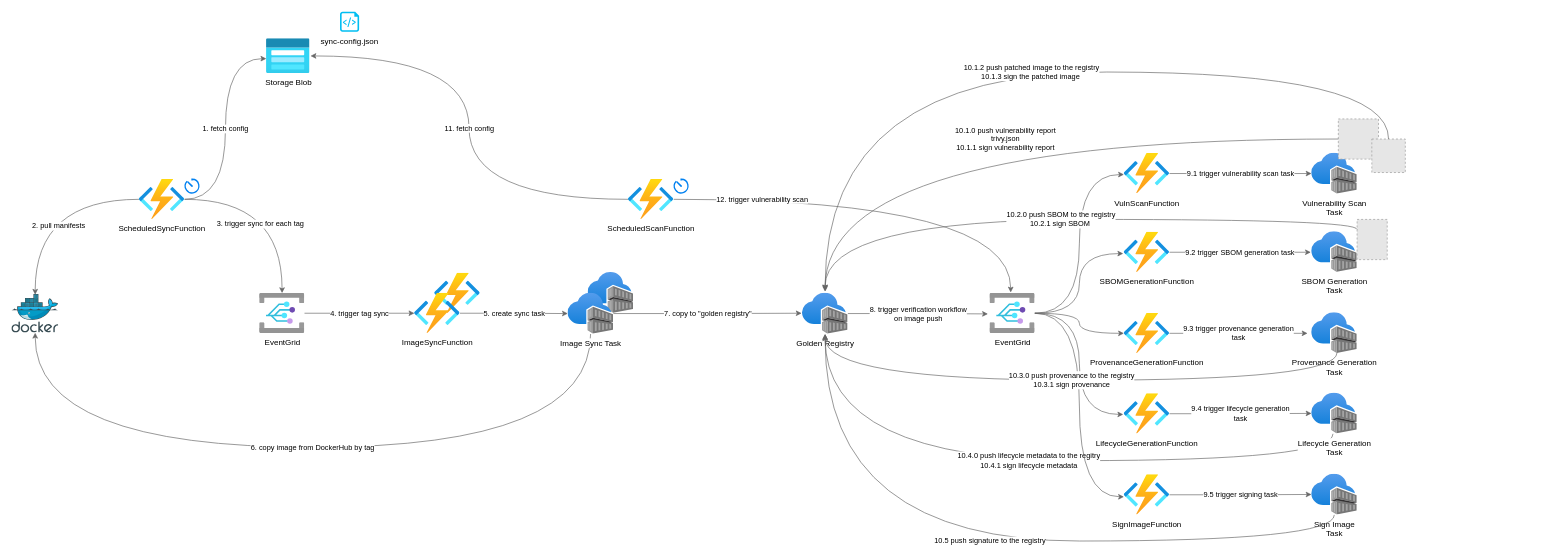
Before: docs/kubecon-demo-arch.drawio in toddysm/cssc-framework, a draw.io diagram. Source tidied: cells renumbered, new cells numbered last; positions are measured from the earlier drawing's top-left corner, leaving out a move shared by most shapes. Both pictures are drawn from the tidied source at 67%, with x=0, y=0 at pixel (11, 11). Pictures stored in the file or linked from it are replaced by grey dashed boxes.
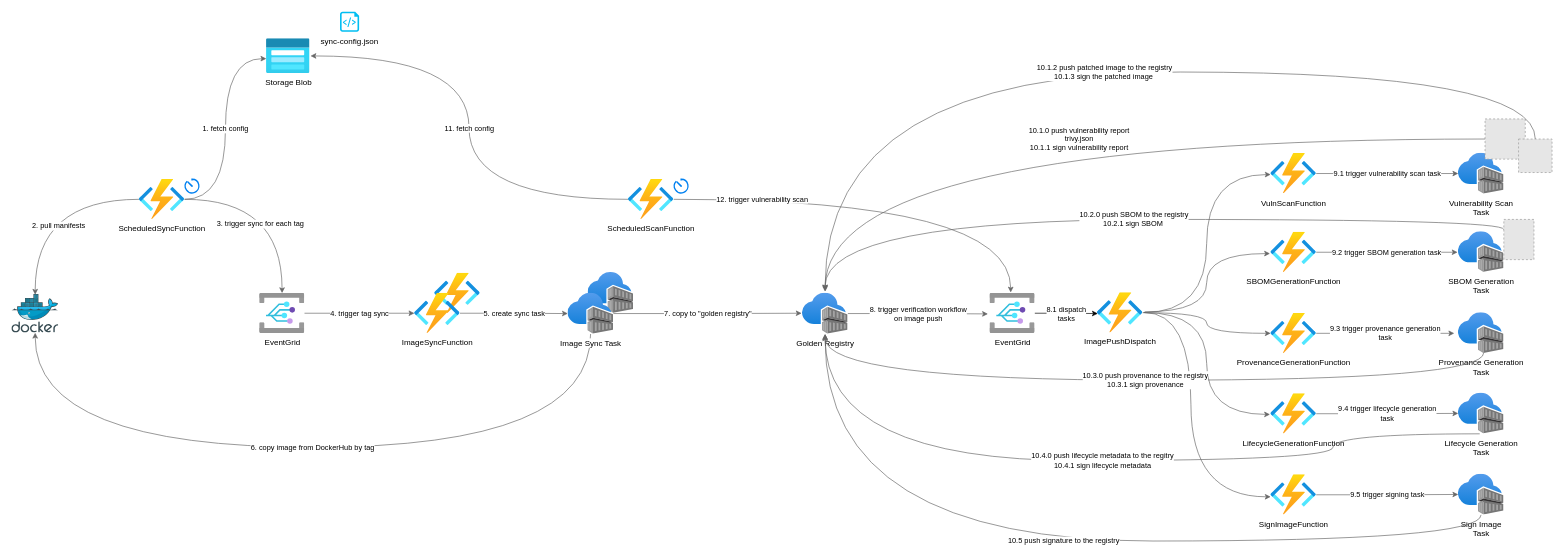
After the change.

Unchanged cells that the change refers to:
```xml
<mxCell id="19" value="Golden Registry" style="image;html=1;points=[];align=center;fontSize=12;image=img/lib/azure2/containers/Container_Registries.svg;" parent="1" vertex="1">
  <mxGeometry x="1180" y="420" width="68" height="61" as="geometry" />
</mxCell>
<mxCell id="22" value="EventGrid" style="image;html=1;points=[];align=center;fontSize=12;image=img/lib/azure2/integration/Event_Grid_Domains.svg;" parent="1" vertex="1">
  <mxGeometry x="1460" y="420" width="67" height="60" as="geometry" />
</mxCell>
```

What changed in the source:
```diff
@@
-    <mxCell id="21" style="edgeStyle=orthogonalEdgeStyle;rounded=0;jettySize=auto;html=1;curved=1;strokeColor=#666666;" parent="1" edge="1" source="22" target="27">
+    <mxCell id="21" style="edgeStyle=orthogonalEdgeStyle;rounded=0;jettySize=auto;html=1;curved=1;strokeColor=#666666;" parent="1" edge="1" source="55" target="27">
       <mxGeometry relative="1" as="geometry" />
     </mxCell>
@@
     <mxCell id="24" value="VulnScanFunction" style="image;html=1;points=[];align=center;fontSize=12;image=img/lib/azure2/compute/Function_Apps.svg;" parent="1" vertex="1">
-      <mxGeometry x="1660" y="211.5" width="68" height="60" as="geometry" />
+      <mxGeometry x="1879" y="211.5" width="68" height="60" as="geometry" />
     </mxCell>
-    <mxCell id="25" style="edgeStyle=orthogonalEdgeStyle;rounded=0;jettySize=auto;html=1;entryX=0;entryY=0.525;entryDx=0;entryDy=0;entryPerimeter=0;curved=1;strokeColor=#666666;" parent="1" edge="1" source="22" target="24">
+    <mxCell id="25" style="edgeStyle=orthogonalEdgeStyle;rounded=0;jettySize=auto;html=1;entryX=0;entryY=0.525;entryDx=0;entryDy=0;entryPerimeter=0;curved=1;strokeColor=#666666;exitX=1.029;exitY=0.495;exitDx=0;exitDy=0;exitPerimeter=0;" parent="1" edge="1" source="55" target="24">
       <mxGeometry relative="1" as="geometry" />
     </mxCell>
     <mxCell id="26" value="SBOMGenerationFunction" style="image;html=1;points=[];align=center;fontSize=12;image=img/lib/azure2/compute/Function_Apps.svg;" parent="1" vertex="1">
-      <mxGeometry x="1660" y="329" width="68" height="60" as="geometry" />
+      <mxGeometry x="1879" y="329" width="68" height="60" as="geometry" />
     </mxCell>
     <mxCell id="27" value="ProvenanceGenerationFunction" style="image;html=1;points=[];align=center;fontSize=12;image=img/lib/azure2/compute/Function_Apps.svg;" parent="1" vertex="1">
-      <mxGeometry x="1660" y="450" width="68" height="60" as="geometry" />
+      <mxGeometry x="1879" y="450" width="68" height="60" as="geometry" />
     </mxCell>
@@
     <mxCell id="29" value="LifecycleGenerationFunction" style="image;html=1;points=[];align=center;fontSize=12;image=img/lib/azure2/compute/Function_Apps.svg;" parent="1" vertex="1">
-      <mxGeometry x="1660" y="570" width="68" height="60" as="geometry" />
+      <mxGeometry x="1879" y="570" width="68" height="60" as="geometry" />
     </mxCell>
-    <mxCell id="30" style="edgeStyle=orthogonalEdgeStyle;rounded=0;jettySize=auto;html=1;entryX=-0.015;entryY=0.533;entryDx=0;entryDy=0;entryPerimeter=0;strokeColor=#666666;curved=1;" parent="1" edge="1" source="22" target="26">
+    <mxCell id="30" style="edgeStyle=orthogonalEdgeStyle;rounded=0;jettySize=auto;html=1;entryX=-0.015;entryY=0.533;entryDx=0;entryDy=0;entryPerimeter=0;strokeColor=#666666;curved=1;exitX=1.044;exitY=0.478;exitDx=0;exitDy=0;exitPerimeter=0;" parent="1" edge="1" source="55" target="26">
       <mxGeometry relative="1" as="geometry" />
     </mxCell>
-    <mxCell id="31" style="edgeStyle=orthogonalEdgeStyle;rounded=0;jettySize=auto;html=1;entryX=-0.015;entryY=0.517;entryDx=0;entryDy=0;entryPerimeter=0;curved=1;strokeColor=#666666;" parent="1" edge="1" source="22" target="29">
+    <mxCell id="31" style="edgeStyle=orthogonalEdgeStyle;rounded=0;jettySize=auto;html=1;entryX=-0.015;entryY=0.517;entryDx=0;entryDy=0;entryPerimeter=0;curved=1;strokeColor=#666666;exitX=1.015;exitY=0.495;exitDx=0;exitDy=0;exitPerimeter=0;" parent="1" edge="1" source="55" target="29">
       <mxGeometry relative="1" as="geometry" />
     </mxCell>
     <mxCell id="32" value="Vulnerability Scan&lt;br&gt;Task" style="image;html=1;points=[];align=center;fontSize=12;image=img/lib/azure2/containers/Container_Registries.svg;" parent="1" vertex="1">
-      <mxGeometry x="1940" y="211" width="68" height="61" as="geometry" />
+      <mxGeometry x="2159" y="211" width="68" height="61" as="geometry" />
     </mxCell>
     <mxCell id="33" value="SBOM Generation&lt;br&gt;Task" style="image;html=1;points=[];align=center;fontSize=12;image=img/lib/azure2/containers/Container_Registries.svg;" parent="1" vertex="1">
-      <mxGeometry x="1940" y="328" width="68" height="61" as="geometry" />
+      <mxGeometry x="2159" y="328" width="68" height="61" as="geometry" />
     </mxCell>
@@
     <mxCell id="35" value="Provenance Generation&lt;br&gt;Task" style="image;html=1;points=[];align=center;fontSize=12;image=img/lib/azure2/containers/Container_Registries.svg;" parent="1" vertex="1">
-      <mxGeometry x="1940" y="449" width="68" height="61" as="geometry" />
+      <mxGeometry x="2159" y="449" width="68" height="61" as="geometry" />
     </mxCell>
@@
     <mxCell id="38" value="Lifecycle Generation&lt;br&gt;Task" style="image;html=1;points=[];align=center;fontSize=12;image=img/lib/azure2/containers/Container_Registries.svg;" parent="1" vertex="1">
-      <mxGeometry x="1940" y="569" width="68" height="61" as="geometry" />
+      <mxGeometry x="2159" y="569" width="68" height="61" as="geometry" />
     </mxCell>
     <mxCell id="39" style="fillColor=#E6E6E6;strokeColor=#999999;dashed=1;verticalLabelPosition=bottom;labelBackgroundColor=default;verticalAlign=top;" parent="1" vertex="1">
-      <mxGeometry x="1980" y="160" width="60" height="60" as="geometry" />
+      <mxGeometry x="2199" y="160" width="60" height="60" as="geometry" />
     </mxCell>
     <mxCell id="40" style="fillColor=#E6E6E6;strokeColor=#999999;dashed=1;verticalLabelPosition=bottom;labelBackgroundColor=default;verticalAlign=top;" parent="1" vertex="1">
-      <mxGeometry x="2030" y="190" width="50" height="50" as="geometry" />
+      <mxGeometry x="2249" y="190" width="50" height="50" as="geometry" />
     </mxCell>
     <mxCell id="41" style="fillColor=#E6E6E6;strokeColor=#999999;dashed=1;verticalLabelPosition=bottom;labelBackgroundColor=default;verticalAlign=top;" parent="1" vertex="1">
-      <mxGeometry x="2008" y="310" width="45" height="60" as="geometry" />
+      <mxGeometry x="2227" y="310" width="45" height="60" as="geometry" />
     </mxCell>
@@
     <mxCell id="43" value="10.1.2 push patched image to the registry&lt;br&gt;10.1.3 sign the patched image&amp;nbsp;" style="edgeStyle=orthogonalEdgeStyle;rounded=0;jettySize=auto;html=1;entryX=0.5;entryY=-0.066;entryDx=0;entryDy=0;entryPerimeter=0;curved=1;exitX=0.5;exitY=0;exitDx=0;exitDy=0;strokeColor=#666666;" parent="1" edge="1" source="40" target="19">
       <mxGeometry relative="1" as="geometry">
         <Array as="points">
-          <mxPoint x="2055" y="90" />
+          <mxPoint x="2274" y="90" />
           <mxPoint x="1214" y="90" />
         </Array>
       </mxGeometry>
     </mxCell>
@@
     <mxCell id="45" value="SignImageFunction" style="image;html=1;points=[];align=center;fontSize=12;image=img/lib/azure2/compute/Function_Apps.svg;" parent="1" vertex="1">
-      <mxGeometry x="1660" y="691" width="68" height="60" as="geometry" />
+      <mxGeometry x="1879" y="691" width="68" height="60" as="geometry" />
     </mxCell>
     <mxCell id="46" value="Sign Image&lt;br&gt;Task" style="image;html=1;points=[];align=center;fontSize=12;image=img/lib/azure2/containers/Container_Registries.svg;" parent="1" vertex="1">
-      <mxGeometry x="1940" y="690" width="68" height="61" as="geometry" />
+      <mxGeometry x="2159" y="690" width="68" height="61" as="geometry" />
     </mxCell>
-    <mxCell id="47" style="edgeStyle=orthogonalEdgeStyle;rounded=0;jettySize=auto;html=1;entryX=0;entryY=0.55;entryDx=0;entryDy=0;entryPerimeter=0;strokeColor=#666666;curved=1;" parent="1" edge="1" source="22" target="45">
-      <mxGeometry relative="1" as="geometry" />
+    <mxCell id="47" style="edgeStyle=orthogonalEdgeStyle;rounded=0;jettySize=auto;html=1;entryX=0;entryY=0.55;entryDx=0;entryDy=0;entryPerimeter=0;strokeColor=#666666;curved=1;exitX=1.029;exitY=0.495;exitDx=0;exitDy=0;exitPerimeter=0;" parent="1" edge="1" source="55" target="45">
+      <mxGeometry relative="1" as="geometry">
+        <Array as="points">
+          <mxPoint x="1760" y="449" />
+          <mxPoint x="1760" y="724" />
+        </Array>
+      </mxGeometry>
     </mxCell>
     <mxCell id="48" value="10.2.0 push SBOM to the registry&lt;br&gt;10.2.1 sign SBOM&amp;nbsp;" style="edgeStyle=orthogonalEdgeStyle;rounded=0;jettySize=auto;html=1;entryX=0.5;entryY=-0.066;entryDx=0;entryDy=0;entryPerimeter=0;curved=1;strokeColor=#666666;exitX=0;exitY=0.25;exitDx=0;exitDy=0;" parent="1" edge="1" source="41" target="19">
       <mxGeometry relative="1" as="geometry">
         <Array as="points">
-          <mxPoint x="2008" y="310" />
+          <mxPoint x="2227" y="310" />
           <mxPoint x="1214" y="310" />
         </Array>
       </mxGeometry>
     </mxCell>
     <mxCell id="49" value="10.3.0 push provenance to the registry&lt;br&gt;10.3.1 sign provenance" style="edgeStyle=orthogonalEdgeStyle;rounded=0;jettySize=auto;html=1;entryX=0.5;entryY=1;entryDx=0;entryDy=0;entryPerimeter=0;curved=1;exitX=0.559;exitY=0.984;exitDx=0;exitDy=0;exitPerimeter=0;strokeColor=#666666;" parent="1" edge="1" source="35" target="19">
       <mxGeometry relative="1" as="geometry">
         <Array as="points">
-          <mxPoint x="1978" y="550" />
+          <mxPoint x="2197" y="550" />
           <mxPoint x="1214" y="550" />
         </Array>
       </mxGeometry>
     </mxCell>
     <mxCell id="50" value="10.5 push signature to the registry" style="edgeStyle=orthogonalEdgeStyle;rounded=0;jettySize=auto;html=1;entryX=0.5;entryY=1.033;entryDx=0;entryDy=0;entryPerimeter=0;exitX=0.5;exitY=1;exitDx=0;exitDy=0;exitPerimeter=0;curved=1;strokeColor=#666666;" parent="1" edge="1" source="46" target="19">
       <mxGeometry relative="1" as="geometry">
         <Array as="points">
-          <mxPoint x="1974" y="790" />
+          <mxPoint x="2193" y="790" />
           <mxPoint x="1214" y="790" />
         </Array>
       </mxGeometry>
     </mxCell>
@@
+    <mxCell id="55" value="ImagePushDispatch" style="image;html=1;points=[];align=center;fontSize=12;image=img/lib/azure2/compute/Function_Apps.svg;" parent="1" vertex="1">
+      <mxGeometry x="1620" y="419.2" width="68" height="60" as="geometry" />
+    </mxCell>
+    <mxCell id="56" value="8.1 dispatch&lt;br&gt;tasks" style="edgeStyle=orthogonalEdgeStyle;rounded=0;jettySize=auto;html=1;entryX=0.015;entryY=0.522;entryDx=0;entryDy=0;entryPerimeter=0;" parent="1" edge="1" source="22" target="55">
+      <mxGeometry relative="1" as="geometry" />
+    </mxCell>
```
